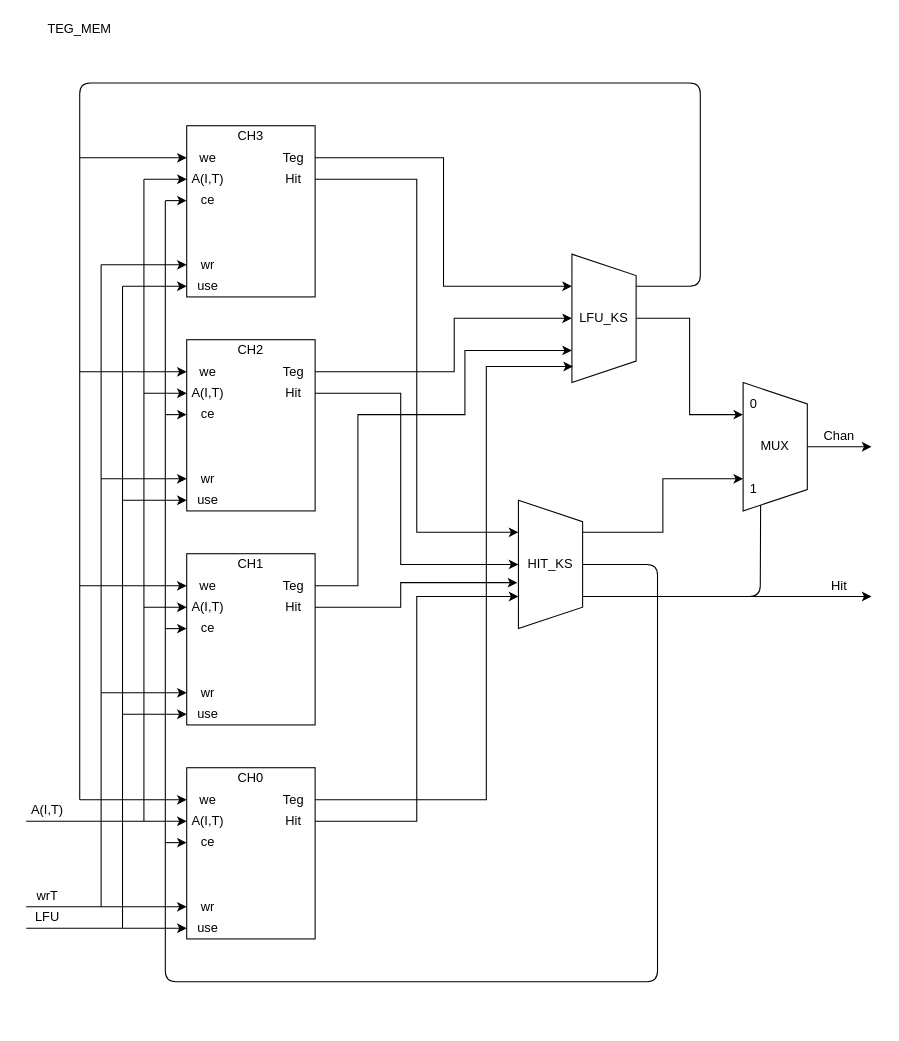
Before: 4.drawio in sashasmir0511/CPU_cache, a draw.io diagram. Source tidied: cells renumbered, new cells numbered last; positions are measured from the earlier drawing's top-left corner, leaving out a move shared by most shapes. Both pictures are drawn from the tidied source at 107%, with x=0, y=0 at pixel (26, 18).
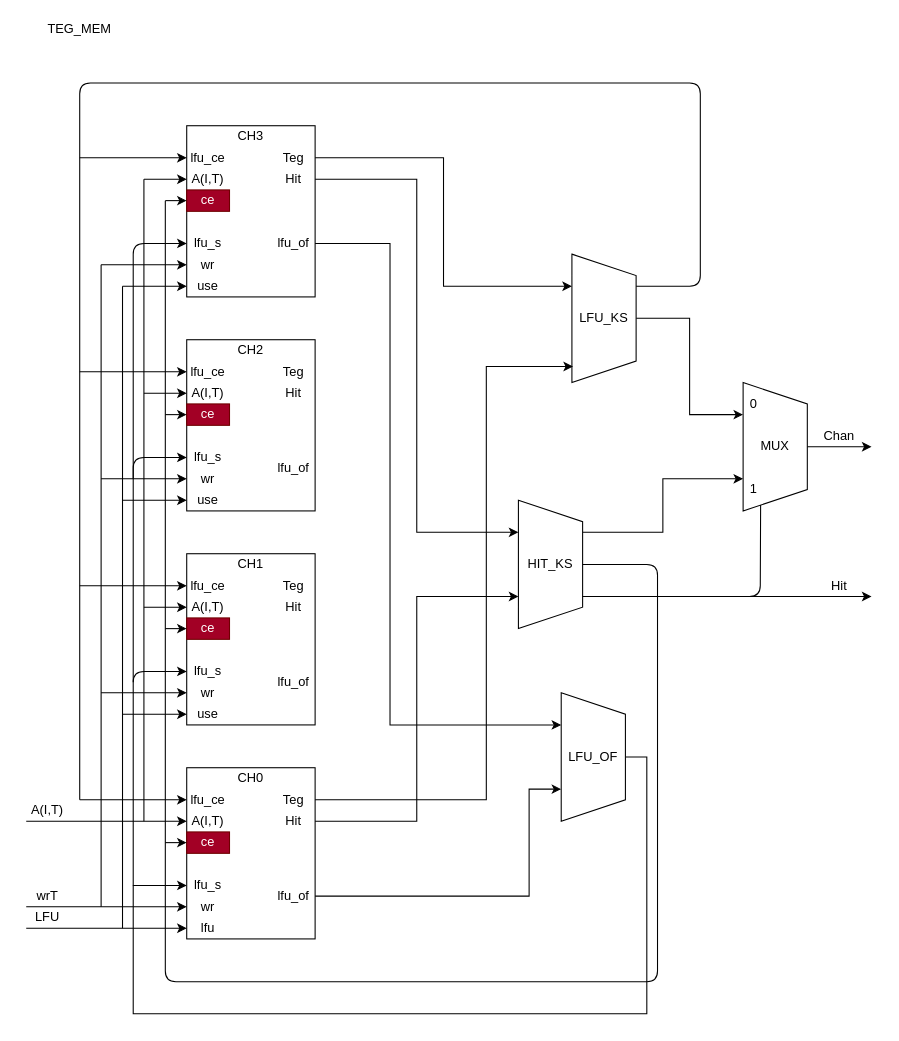
The same diagram, later.

The change refers to these unchanged cells:
```xml
<mxCell id="3" style="group;" parent="1" vertex="1">
  <mxGeometry x="150" y="100" width="120" height="160" as="geometry" />
</mxCell>
<mxCell id="13" style="group;" parent="1" vertex="1">
  <mxGeometry x="150" y="300" width="120" height="160" as="geometry" />
</mxCell>
<mxCell id="21" value="Teg" style="text;html=1;strokeColor=none;fillColor=none;align=center;verticalAlign=middle;whiteSpace=wrap;rounded=0;" parent="13" vertex="1">
  <mxGeometry x="80" y="20" width="40" height="20" as="geometry" />
</mxCell>
<mxCell id="22" value="Hit" style="text;html=1;strokeColor=none;fillColor=none;align=center;verticalAlign=middle;whiteSpace=wrap;rounded=0;" parent="13" vertex="1">
  <mxGeometry x="80" y="40" width="40" height="20" as="geometry" />
</mxCell>
<mxCell id="23" style="group;" parent="1" vertex="1">
  <mxGeometry x="150" y="500" width="120" height="160" as="geometry" />
</mxCell>
<mxCell id="31" value="Teg" style="text;html=1;strokeColor=none;fillColor=none;align=center;verticalAlign=middle;whiteSpace=wrap;rounded=0;" parent="23" vertex="1">
  <mxGeometry x="80" y="20" width="40" height="20" as="geometry" />
</mxCell>
<mxCell id="32" value="Hit" style="text;html=1;strokeColor=none;fillColor=none;align=center;verticalAlign=middle;whiteSpace=wrap;rounded=0;" parent="23" vertex="1">
  <mxGeometry x="80" y="40" width="40" height="20" as="geometry" />
</mxCell>
<mxCell id="33" style="group;" parent="1" vertex="1">
  <mxGeometry x="150" y="700" width="120" height="160" as="geometry" />
</mxCell>
<mxCell id="62" value="HIT_KS" style="shape=trapezoid;perimeter=trapezoidPerimeter;whiteSpace=wrap;html=1;fixedSize=1;direction=south;" parent="1" vertex="1">
  <mxGeometry x="460" y="450" width="60" height="120" as="geometry" />
</mxCell>
<mxCell id="64" value="LFU_KS" style="shape=trapezoid;perimeter=trapezoidPerimeter;whiteSpace=wrap;html=1;fixedSize=1;direction=south;" parent="1" vertex="1">
  <mxGeometry x="510" y="220" width="60" height="120" as="geometry" />
</mxCell>
```

What changed in the source:
```diff
@@
-    <mxCell id="6" value="we" style="text;html=1;strokeColor=none;fillColor=none;align=center;verticalAlign=middle;whiteSpace=wrap;rounded=0;" parent="3" vertex="1">
+    <mxCell id="6" value="lfu_ce" style="text;html=1;strokeColor=none;fillColor=none;align=center;verticalAlign=middle;whiteSpace=wrap;rounded=0;" parent="3" vertex="1">
       <mxGeometry y="20" width="40" height="20" as="geometry" />
     </mxCell>
@@
-    <mxCell id="8" value="ce" style="text;html=1;strokeColor=none;fillColor=none;align=center;verticalAlign=middle;whiteSpace=wrap;rounded=0;" parent="3" vertex="1">
+    <mxCell id="8" value="ce" style="text;html=1;strokeColor=#6F0000;fillColor=#a20025;align=center;verticalAlign=middle;whiteSpace=wrap;rounded=0;fontColor=#ffffff;" parent="3" vertex="1">
       <mxGeometry y="60" width="40" height="20" as="geometry" />
     </mxCell>
@@
+    <mxCell id="91" value="lfu_of" style="text;html=1;strokeColor=none;fillColor=none;align=center;verticalAlign=middle;whiteSpace=wrap;rounded=0;" parent="3" vertex="1">
+      <mxGeometry x="80" y="100" width="40" height="20" as="geometry" />
+    </mxCell>
+    <mxCell id="92" value="lfu_s" style="text;html=1;strokeColor=none;fillColor=none;align=center;verticalAlign=middle;whiteSpace=wrap;rounded=0;" parent="3" vertex="1">
+      <mxGeometry y="100" width="40" height="20" as="geometry" />
+    </mxCell>
@@
-    <mxCell id="16" value="we" style="text;html=1;strokeColor=none;fillColor=none;align=center;verticalAlign=middle;whiteSpace=wrap;rounded=0;" parent="13" vertex="1">
+    <mxCell id="16" value="lfu_ce" style="text;html=1;strokeColor=none;fillColor=none;align=center;verticalAlign=middle;whiteSpace=wrap;rounded=0;" parent="13" vertex="1">
       <mxGeometry y="20" width="40" height="20" as="geometry" />
     </mxCell>
@@
-    <mxCell id="18" value="ce" style="text;html=1;strokeColor=none;fillColor=none;align=center;verticalAlign=middle;whiteSpace=wrap;rounded=0;" parent="13" vertex="1">
+    <mxCell id="18" value="ce" style="text;html=1;strokeColor=#6F0000;fillColor=#a20025;align=center;verticalAlign=middle;whiteSpace=wrap;rounded=0;fontColor=#ffffff;" parent="13" vertex="1">
       <mxGeometry y="60" width="40" height="20" as="geometry" />
     </mxCell>
@@
+    <mxCell id="93" value="lfu_of" style="text;html=1;strokeColor=none;fillColor=none;align=center;verticalAlign=middle;whiteSpace=wrap;rounded=0;" parent="13" vertex="1">
+      <mxGeometry x="80" y="110" width="40" height="20" as="geometry" />
+    </mxCell>
+    <mxCell id="94" value="lfu_s" style="text;html=1;strokeColor=none;fillColor=none;align=center;verticalAlign=middle;whiteSpace=wrap;rounded=0;" parent="13" vertex="1">
+      <mxGeometry y="100" width="40" height="20" as="geometry" />
+    </mxCell>
@@
-    <mxCell id="26" value="we" style="text;html=1;strokeColor=none;fillColor=none;align=center;verticalAlign=middle;whiteSpace=wrap;rounded=0;" parent="23" vertex="1">
+    <mxCell id="26" value="lfu_ce" style="text;html=1;strokeColor=none;fillColor=none;align=center;verticalAlign=middle;whiteSpace=wrap;rounded=0;" parent="23" vertex="1">
       <mxGeometry y="20" width="40" height="20" as="geometry" />
     </mxCell>
@@
-    <mxCell id="28" value="ce" style="text;html=1;strokeColor=none;fillColor=none;align=center;verticalAlign=middle;whiteSpace=wrap;rounded=0;" parent="23" vertex="1">
+    <mxCell id="28" value="ce" style="text;html=1;strokeColor=#6F0000;fillColor=#a20025;align=center;verticalAlign=middle;whiteSpace=wrap;rounded=0;fontColor=#ffffff;" parent="23" vertex="1">
       <mxGeometry y="60" width="40" height="20" as="geometry" />
     </mxCell>
@@
+    <mxCell id="95" value="lfu_of" style="text;html=1;strokeColor=none;fillColor=none;align=center;verticalAlign=middle;whiteSpace=wrap;rounded=0;" parent="23" vertex="1">
+      <mxGeometry x="80" y="110" width="40" height="20" as="geometry" />
+    </mxCell>
+    <mxCell id="96" value="lfu_s" style="text;html=1;strokeColor=none;fillColor=none;align=center;verticalAlign=middle;whiteSpace=wrap;rounded=0;" parent="23" vertex="1">
+      <mxGeometry y="100" width="40" height="20" as="geometry" />
+    </mxCell>
@@
-    <mxCell id="36" value="we" style="text;html=1;strokeColor=none;fillColor=none;align=center;verticalAlign=middle;whiteSpace=wrap;rounded=0;" parent="33" vertex="1">
+    <mxCell id="36" value="lfu_ce" style="text;html=1;strokeColor=none;fillColor=none;align=center;verticalAlign=middle;whiteSpace=wrap;rounded=0;" parent="33" vertex="1">
       <mxGeometry y="20" width="40" height="20" as="geometry" />
     </mxCell>
@@
-    <mxCell id="38" value="ce" style="text;html=1;strokeColor=none;fillColor=none;align=center;verticalAlign=middle;whiteSpace=wrap;rounded=0;" parent="33" vertex="1">
+    <mxCell id="38" value="ce" style="text;html=1;strokeColor=#6F0000;fillColor=#a20025;align=center;verticalAlign=middle;whiteSpace=wrap;rounded=0;fontColor=#ffffff;" parent="33" vertex="1">
       <mxGeometry y="60" width="40" height="20" as="geometry" />
     </mxCell>
-    <mxCell id="39" value="use" style="text;html=1;strokeColor=none;fillColor=none;align=center;verticalAlign=middle;whiteSpace=wrap;rounded=0;" parent="33" vertex="1">
+    <mxCell id="39" value="lfu" style="text;html=1;strokeColor=none;fillColor=none;align=center;verticalAlign=middle;whiteSpace=wrap;rounded=0;" parent="33" vertex="1">
       <mxGeometry y="140" width="40" height="20" as="geometry" />
     </mxCell>
@@
+    <mxCell id="97" value="lfu_of" style="text;html=1;strokeColor=none;fillColor=none;align=center;verticalAlign=middle;whiteSpace=wrap;rounded=0;" parent="33" vertex="1">
+      <mxGeometry x="80" y="110" width="40" height="20" as="geometry" />
+    </mxCell>
+    <mxCell id="98" value="lfu_s" style="text;html=1;strokeColor=none;fillColor=none;align=center;verticalAlign=middle;whiteSpace=wrap;rounded=0;" parent="33" vertex="1">
+      <mxGeometry y="100" width="40" height="20" as="geometry" />
+    </mxCell>
@@
-    <mxCell id="72" style="edgeStyle=orthogonalEdgeStyle;rounded=0;jettySize=auto;html=1;exitX=1;exitY=0.5;exitDx=0;exitDy=0;entryX=0.5;entryY=1;entryDx=0;entryDy=0;" parent="1" edge="1" source="22" target="62">
-      <mxGeometry relative="1" as="geometry">
-        <Array as="points">
-          <mxPoint x="350" y="350" />
-          <mxPoint x="350" y="510" />
-        </Array>
-      </mxGeometry>
-    </mxCell>
@@
-    <mxCell id="74" style="edgeStyle=orthogonalEdgeStyle;rounded=0;jettySize=auto;html=1;exitX=1;exitY=0.5;exitDx=0;exitDy=0;entryX=0.642;entryY=1.017;entryDx=0;entryDy=0;entryPerimeter=0;" parent="1" edge="1" source="32" target="62">
-      <mxGeometry relative="1" as="geometry">
-        <Array as="points">
-          <mxPoint x="350" y="550" />
-          <mxPoint x="350" y="527" />
-        </Array>
-      </mxGeometry>
-    </mxCell>
@@
-    <mxCell id="76" style="edgeStyle=orthogonalEdgeStyle;rounded=0;jettySize=auto;html=1;exitX=1;exitY=0.5;exitDx=0;exitDy=0;entryX=0.75;entryY=1;entryDx=0;entryDy=0;" parent="1" edge="1" source="31" target="64">
-      <mxGeometry relative="1" as="geometry">
-        <Array as="points">
-          <mxPoint x="310" y="530" />
-          <mxPoint x="310" y="370" />
-          <mxPoint x="410" y="370" />
-          <mxPoint x="410" y="310" />
-        </Array>
-      </mxGeometry>
-    </mxCell>
-    <mxCell id="77" style="edgeStyle=orthogonalEdgeStyle;rounded=0;jettySize=auto;html=1;exitX=1;exitY=0.5;exitDx=0;exitDy=0;entryX=0.5;entryY=1;entryDx=0;entryDy=0;" parent="1" edge="1" source="21" target="64">
-      <mxGeometry relative="1" as="geometry">
-        <Array as="points">
-          <mxPoint x="400" y="330" />
-          <mxPoint x="400" y="280" />
-        </Array>
-      </mxGeometry>
-    </mxCell>
@@
+    <mxCell id="99" style="edgeStyle=orthogonalEdgeStyle;rounded=0;jettySize=auto;html=1;exitX=0.5;exitY=0;exitDx=0;exitDy=0;entryX=0;entryY=0.5;entryDx=0;entryDy=0;" parent="1" edge="1" source="100" target="98">
+      <mxGeometry relative="1" as="geometry">
+        <Array as="points">
+          <mxPoint x="580" y="690" />
+          <mxPoint x="580" y="930" />
+          <mxPoint x="100" y="930" />
+          <mxPoint x="100" y="810" />
+        </Array>
+      </mxGeometry>
+    </mxCell>
+    <mxCell id="100" value="LFU_OF" style="shape=trapezoid;perimeter=trapezoidPerimeter;whiteSpace=wrap;html=1;fixedSize=1;direction=south;" parent="1" vertex="1">
+      <mxGeometry x="500" y="630" width="60" height="120" as="geometry" />
+    </mxCell>
+    <mxCell id="101" style="edgeStyle=orthogonalEdgeStyle;rounded=0;jettySize=auto;html=1;exitX=1;exitY=0.5;exitDx=0;exitDy=0;entryX=0.75;entryY=1;entryDx=0;entryDy=0;" parent="1" edge="1" source="97" target="100">
+      <mxGeometry relative="1" as="geometry">
+        <Array as="points">
+          <mxPoint x="470" y="820" />
+          <mxPoint x="470" y="720" />
+        </Array>
+      </mxGeometry>
+    </mxCell>
+    <mxCell id="102" style="edgeStyle=orthogonalEdgeStyle;rounded=0;jettySize=auto;html=1;exitX=1;exitY=0.5;exitDx=0;exitDy=0;entryX=0.25;entryY=1;entryDx=0;entryDy=0;" parent="1" edge="1" source="91" target="100">
+      <mxGeometry relative="1" as="geometry">
+        <Array as="points">
+          <mxPoint x="340" y="210" />
+          <mxPoint x="340" y="660" />
+        </Array>
+      </mxGeometry>
+    </mxCell>
+    <mxCell id="103" style="endArrow=classic;html=1;entryX=0;entryY=0.5;entryDx=0;entryDy=0;" parent="1" edge="1" target="96">
+      <mxGeometry relative="1" as="geometry">
+        <mxPoint x="100" y="810" as="sourcePoint" />
+        <Array as="points">
+          <mxPoint x="100" y="610" />
+        </Array>
+      </mxGeometry>
+    </mxCell>
+    <mxCell id="104" style="endArrow=classic;html=1;entryX=0;entryY=0.5;entryDx=0;entryDy=0;" parent="1" edge="1" target="94">
+      <mxGeometry relative="1" as="geometry">
+        <mxPoint x="100" y="620" as="sourcePoint" />
+        <Array as="points">
+          <mxPoint x="100" y="410" />
+        </Array>
+      </mxGeometry>
+    </mxCell>
+    <mxCell id="105" style="endArrow=classic;html=1;entryX=0;entryY=0.5;entryDx=0;entryDy=0;" parent="1" edge="1" target="92">
+      <mxGeometry relative="1" as="geometry">
+        <mxPoint x="100" y="430" as="sourcePoint" />
+        <Array as="points">
+          <mxPoint x="100" y="210" />
+        </Array>
+      </mxGeometry>
+    </mxCell>
```
